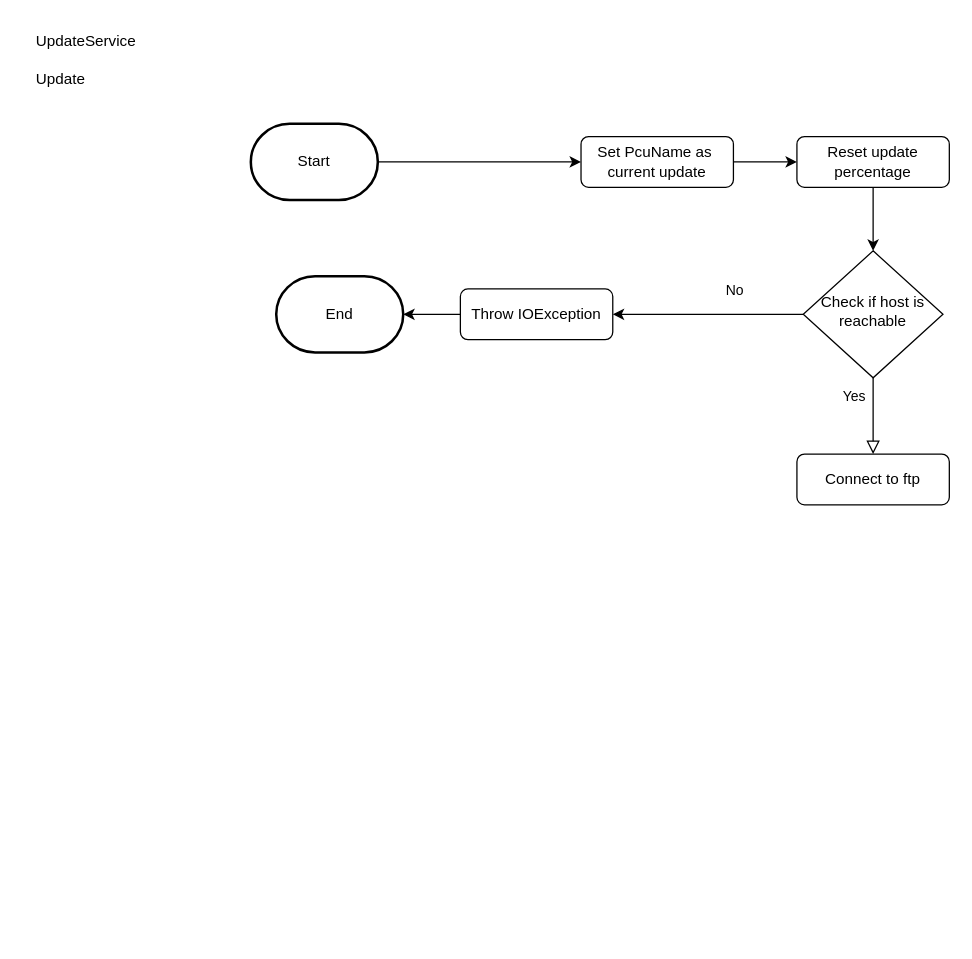
Before: FlowChart/Update/Update.drawio in nicnike/Uml, a draw.io diagram. Source tidied: cells renumbered, new cells numbered last; positions are measured from the earlier drawing's top-left corner, leaving out a move shared by most shapes. Both pictures are drawn from the tidied source at 127%, with x=0, y=0 at pixel (22, 22).
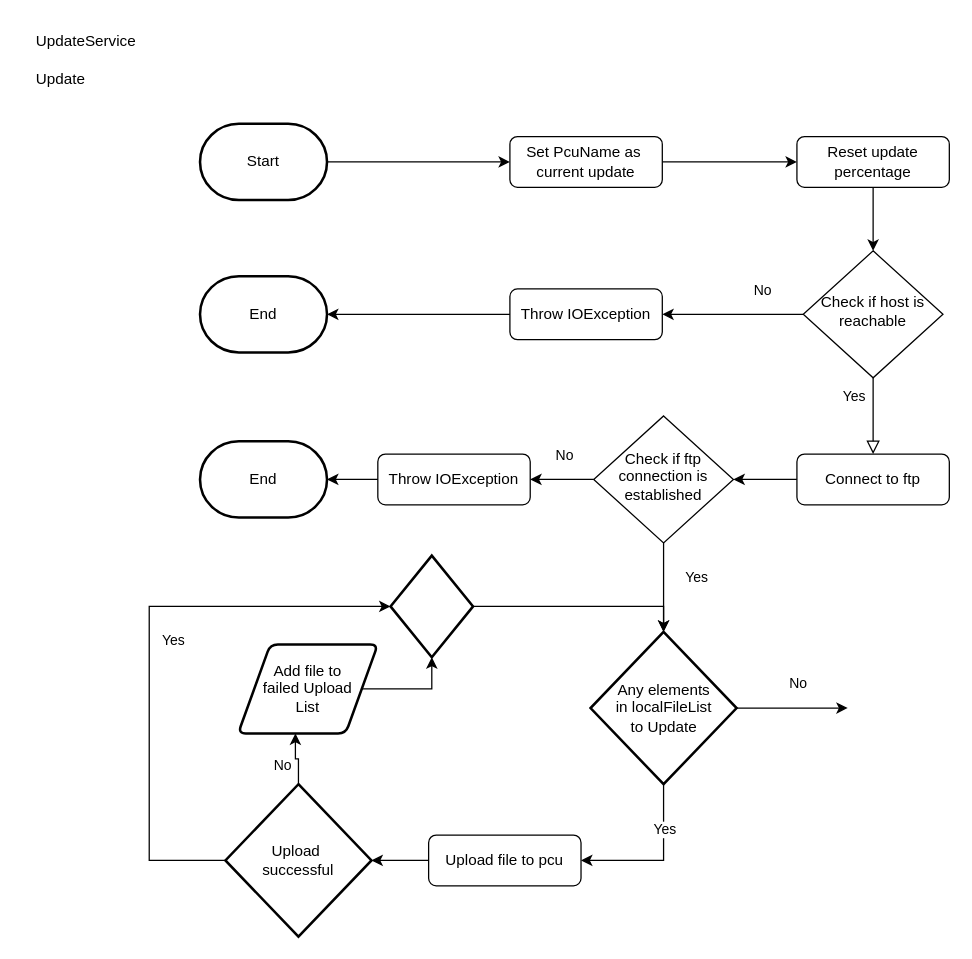
The same page after the edit.

Unchanged cells that the change refers to:
```xml
<mxCell id="11" value="Connect to ftp" style="rounded=1;whiteSpace=wrap;html=1;fontSize=12;glass=0;strokeWidth=1;shadow=0;" parent="1" vertex="1">
  <mxGeometry x="610" y="340" width="120" height="40" as="geometry" />
</mxCell>
```

Diff of the diagram source:
```diff
@@
     <mxCell id="5" value="Set PcuName as&amp;nbsp; current update" style="rounded=1;whiteSpace=wrap;html=1;fontSize=12;glass=0;strokeWidth=1;shadow=0;" parent="1" vertex="1">
-      <mxGeometry x="440" y="90" width="120" height="40" as="geometry" />
+      <mxGeometry x="384" y="90" width="120" height="40" as="geometry" />
     </mxCell>
@@
+    <mxCell id="18" style="edgeStyle=orthogonalEdgeStyle;rounded=0;jettySize=auto;html=1;entryX=1;entryY=0.5;entryDx=0;entryDy=0;" parent="1" edge="1" source="11" target="23">
+      <mxGeometry relative="1" as="geometry" />
+    </mxCell>
@@
     <mxCell id="12" value="Throw IOException" style="rounded=1;whiteSpace=wrap;html=1;fontSize=12;glass=0;strokeWidth=1;shadow=0;" parent="1" vertex="1">
-      <mxGeometry x="345" y="210" width="120" height="40" as="geometry" />
+      <mxGeometry x="384" y="210" width="120" height="40" as="geometry" />
     </mxCell>
     <mxCell id="13" value="Start" style="strokeWidth=2;html=1;shape=mxgraph.flowchart.terminator;whiteSpace=wrap;" parent="1" vertex="1">
-      <mxGeometry x="180" y="80" width="100" height="60" as="geometry" />
+      <mxGeometry x="140" y="80" width="100" height="60" as="geometry" />
     </mxCell>
@@
     <mxCell id="16" value="End" style="strokeWidth=2;html=1;shape=mxgraph.flowchart.terminator;whiteSpace=wrap;" parent="1" vertex="1">
-      <mxGeometry x="200" y="200" width="100" height="60" as="geometry" />
+      <mxGeometry x="140" y="200" width="100" height="60" as="geometry" />
     </mxCell>
@@
+    <mxCell id="19" style="edgeStyle=orthogonalEdgeStyle;rounded=0;jettySize=auto;html=1;exitX=0;exitY=0.5;exitDx=0;exitDy=0;entryX=1;entryY=0.5;entryDx=0;entryDy=0;" parent="1" edge="1" source="23" target="24">
+      <mxGeometry relative="1" as="geometry" />
+    </mxCell>
+    <mxCell id="20" value="No" style="edgeLabel;html=1;align=center;verticalAlign=middle;" parent="19" vertex="1">
+      <mxGeometry x="-0.06" y="-1" relative="1" as="geometry">
+        <mxPoint y="-19" as="offset" />
+      </mxGeometry>
+    </mxCell>
+    <mxCell id="21" style="edgeStyle=orthogonalEdgeStyle;rounded=0;jettySize=auto;html=1;entryX=0.5;entryY=0;entryDx=0;entryDy=0;entryPerimeter=0;" parent="1" edge="1" source="23" target="31">
+      <mxGeometry relative="1" as="geometry" />
+    </mxCell>
+    <mxCell id="22" value="&lt;div&gt;Yes&lt;/div&gt;" style="edgeLabel;html=1;align=center;verticalAlign=middle;" parent="21" vertex="1">
+      <mxGeometry x="0.11" y="4" relative="1" as="geometry">
+        <mxPoint x="21" y="-13" as="offset" />
+      </mxGeometry>
+    </mxCell>
+    <mxCell id="23" value="&lt;div&gt;Check if ftp connection is &lt;br&gt;&lt;/div&gt;&lt;div&gt;established&lt;br&gt;&lt;/div&gt;" style="rhombus;whiteSpace=wrap;html=1;shadow=0;fontFamily=Helvetica;fontSize=12;align=center;strokeWidth=1;spacing=6;spacingTop=-4;" parent="1" vertex="1">
+      <mxGeometry x="450" y="310" width="110" height="100" as="geometry" />
+    </mxCell>
+    <mxCell id="24" value="Throw IOException" style="rounded=1;whiteSpace=wrap;html=1;fontSize=12;glass=0;strokeWidth=1;shadow=0;" parent="1" vertex="1">
+      <mxGeometry x="280" y="340" width="120" height="40" as="geometry" />
+    </mxCell>
+    <mxCell id="25" value="End" style="strokeWidth=2;html=1;shape=mxgraph.flowchart.terminator;whiteSpace=wrap;" parent="1" vertex="1">
+      <mxGeometry x="140" y="330" width="100" height="60" as="geometry" />
+    </mxCell>
+    <mxCell id="26" style="edgeStyle=orthogonalEdgeStyle;rounded=0;jettySize=auto;html=1;entryX=1;entryY=0.5;entryDx=0;entryDy=0;entryPerimeter=0;" parent="1" edge="1" source="24" target="25">
+      <mxGeometry relative="1" as="geometry" />
+    </mxCell>
+    <mxCell id="27" style="edgeStyle=orthogonalEdgeStyle;rounded=0;jettySize=auto;html=1;entryX=1;entryY=0.5;entryDx=0;entryDy=0;exitX=0.5;exitY=1;exitDx=0;exitDy=0;exitPerimeter=0;" parent="1" edge="1" source="31" target="32">
+      <mxGeometry relative="1" as="geometry" />
+    </mxCell>
+    <mxCell id="28" value="&lt;div&gt;Yes&lt;/div&gt;" style="edgeLabel;html=1;align=center;verticalAlign=middle;" parent="27" vertex="1">
+      <mxGeometry x="-0.13" y="-1" relative="1" as="geometry">
+        <mxPoint x="1" y="-19" as="offset" />
+      </mxGeometry>
+    </mxCell>
+    <mxCell id="29" style="edgeStyle=orthogonalEdgeStyle;rounded=0;jettySize=auto;html=1;" parent="1" edge="1" source="31">
+      <mxGeometry relative="1" as="geometry">
+        <mxPoint x="650" y="540" as="targetPoint" />
+      </mxGeometry>
+    </mxCell>
+    <mxCell id="30" value="&lt;div&gt;No&lt;/div&gt;" style="edgeLabel;html=1;align=center;verticalAlign=middle;" parent="29" vertex="1">
+      <mxGeometry x="-0.08" relative="1" as="geometry">
+        <mxPoint x="8" y="-20" as="offset" />
+      </mxGeometry>
+    </mxCell>
+    <mxCell id="31" value="&lt;div&gt;Any elements&lt;/div&gt;&lt;div&gt;in localFileList&lt;/div&gt;&lt;div&gt;to Update&lt;br&gt;&lt;/div&gt;" style="strokeWidth=2;html=1;shape=mxgraph.flowchart.decision;whiteSpace=wrap;" parent="1" vertex="1">
+      <mxGeometry x="447.5" y="480" width="115" height="120" as="geometry" />
+    </mxCell>
+    <mxCell id="32" value="Upload file to pcu" style="rounded=1;whiteSpace=wrap;html=1;fontSize=12;glass=0;strokeWidth=1;shadow=0;" parent="1" vertex="1">
+      <mxGeometry x="320" y="640" width="120" height="40" as="geometry" />
+    </mxCell>
+    <mxCell id="33" style="edgeStyle=orthogonalEdgeStyle;rounded=0;jettySize=auto;html=1;entryX=0;entryY=0.5;entryDx=0;entryDy=0;entryPerimeter=0;" parent="1" edge="1" source="37" target="40">
+      <mxGeometry relative="1" as="geometry">
+        <Array as="points">
+          <mxPoint x="100" y="660" />
+          <mxPoint x="100" y="460" />
+        </Array>
+      </mxGeometry>
+    </mxCell>
+    <mxCell id="34" value="&lt;div&gt;Yes&lt;/div&gt;" style="edgeLabel;html=1;align=center;verticalAlign=middle;" parent="33" vertex="1">
+      <mxGeometry x="-0.03" y="-4" relative="1" as="geometry">
+        <mxPoint x="14" y="-16" as="offset" />
+      </mxGeometry>
+    </mxCell>
+    <mxCell id="35" style="edgeStyle=orthogonalEdgeStyle;rounded=0;jettySize=auto;html=1;entryX=0.41;entryY=1;entryDx=0;entryDy=0;entryPerimeter=0;" parent="1" edge="1" source="37" target="41">
+      <mxGeometry relative="1" as="geometry" />
+    </mxCell>
+    <mxCell id="36" value="&lt;div&gt;No&lt;/div&gt;" style="edgeLabel;html=1;align=center;verticalAlign=middle;" parent="35" vertex="1">
+      <mxGeometry x="-0.06" y="4" relative="1" as="geometry">
+        <mxPoint x="-13" as="offset" />
+      </mxGeometry>
+    </mxCell>
+    <mxCell id="37" value="&lt;div&gt;Upload&amp;nbsp;&lt;/div&gt;&lt;div&gt;successful&lt;/div&gt;" style="strokeWidth=2;html=1;shape=mxgraph.flowchart.decision;whiteSpace=wrap;" parent="1" vertex="1">
+      <mxGeometry x="160" y="600" width="115" height="120" as="geometry" />
+    </mxCell>
+    <mxCell id="38" style="edgeStyle=orthogonalEdgeStyle;rounded=0;jettySize=auto;html=1;entryX=1;entryY=0.5;entryDx=0;entryDy=0;entryPerimeter=0;" parent="1" edge="1" source="32" target="37">
+      <mxGeometry relative="1" as="geometry" />
+    </mxCell>
+    <mxCell id="39" style="edgeStyle=orthogonalEdgeStyle;rounded=0;jettySize=auto;html=1;entryX=0.5;entryY=0;entryDx=0;entryDy=0;entryPerimeter=0;" parent="1" edge="1" source="40" target="31">
+      <mxGeometry relative="1" as="geometry" />
+    </mxCell>
+    <mxCell id="40" style="strokeWidth=2;html=1;shape=mxgraph.flowchart.decision;whiteSpace=wrap;" parent="1" vertex="1">
+      <mxGeometry x="290" y="420" width="65" height="80" as="geometry" />
+    </mxCell>
+    <mxCell id="41" value="&lt;div&gt;Add file to&lt;/div&gt;&lt;div&gt;failed Upload&lt;/div&gt;&lt;div&gt;List&lt;br&gt;&lt;/div&gt;" style="shape=parallelogram;html=1;strokeWidth=2;perimeter=parallelogramPerimeter;whiteSpace=wrap;rounded=1;arcSize=12;size=0.23;" parent="1" vertex="1">
+      <mxGeometry x="170" y="490" width="110" height="70" as="geometry" />
+    </mxCell>
+    <mxCell id="42" style="edgeStyle=orthogonalEdgeStyle;rounded=0;jettySize=auto;html=1;entryX=0.5;entryY=1;entryDx=0;entryDy=0;entryPerimeter=0;" parent="1" edge="1" source="41" target="40">
+      <mxGeometry relative="1" as="geometry" />
+    </mxCell>
```
